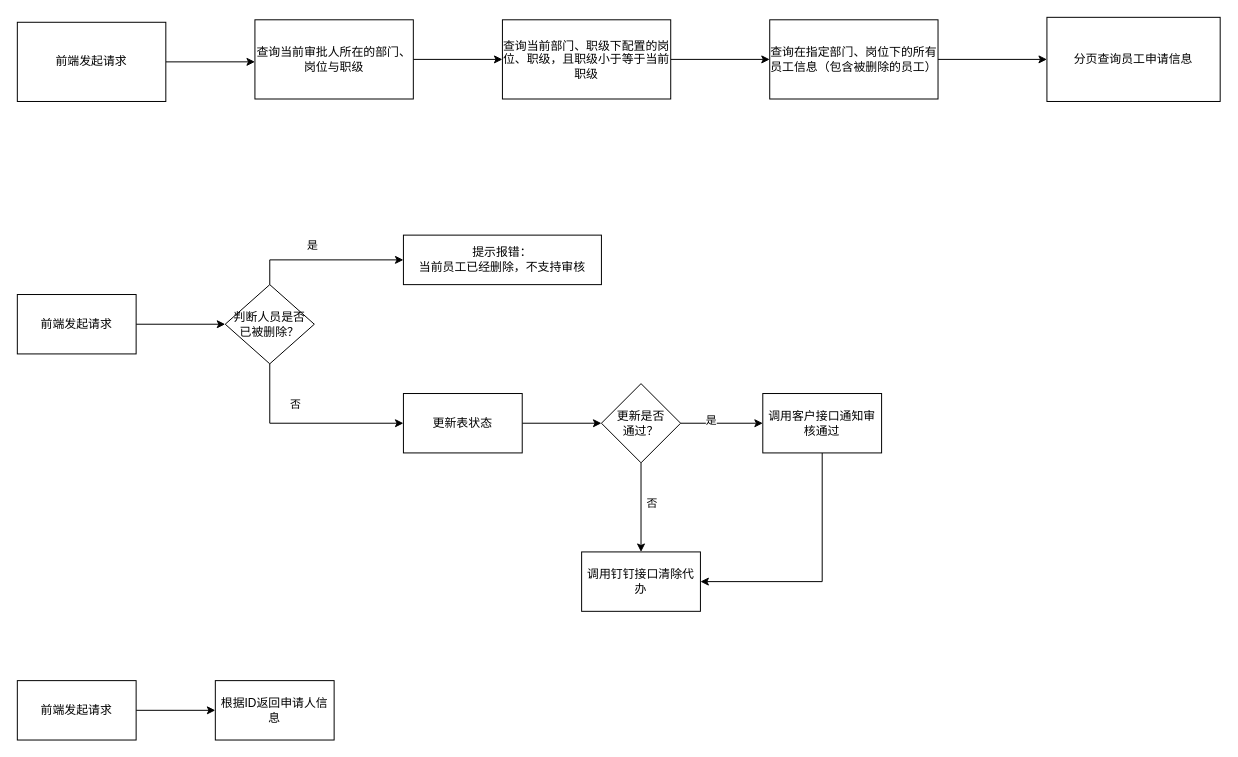
This is 岗位晋升审核.drawio from OnlyHF/draw, a draw.io file, before an edit. Source tidied: cells renumbered, new cells numbered last; positions are measured from the earlier drawing's top-left corner, leaving out a move shared by most shapes. Both pictures are drawn from the tidied source at 99%, with x=0, y=0 at pixel (17, 17).
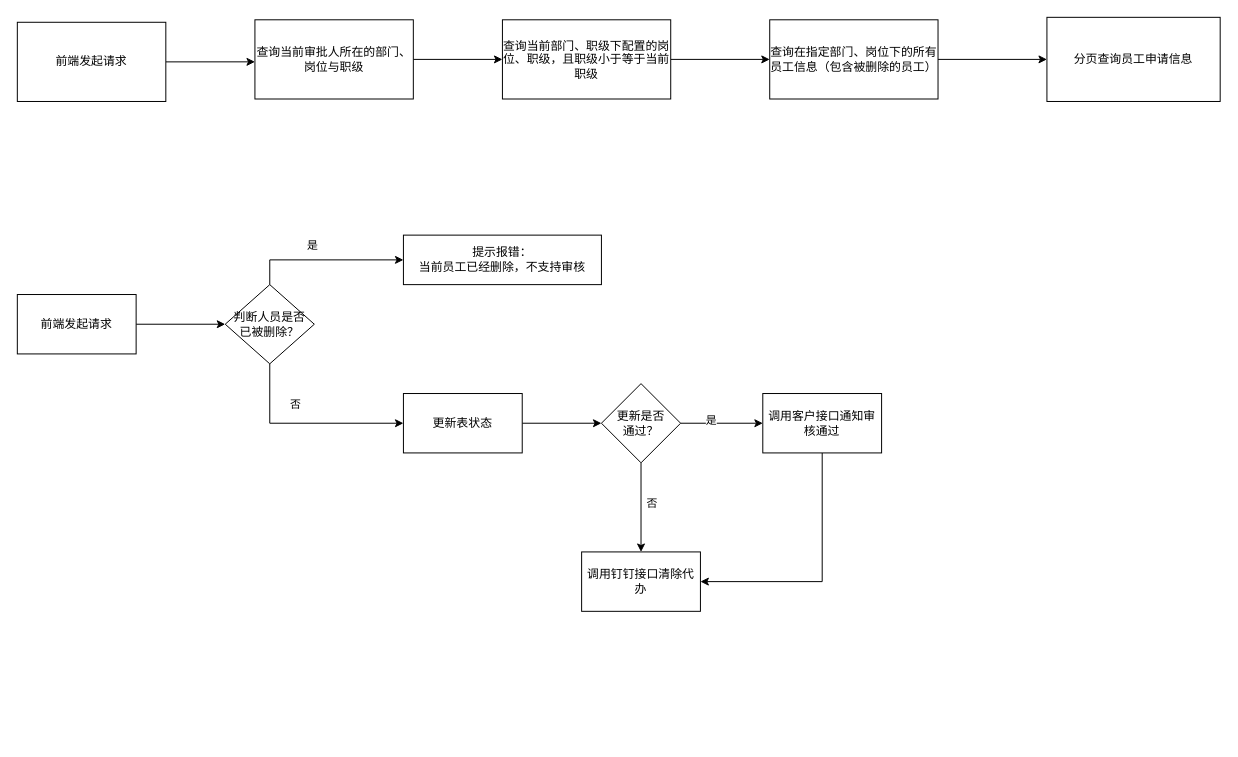
The same diagram, later.

Commit message (it also covers changes not shown here):
更新岗位晋升审核.drawio

Change to the diagram source:
```diff
@@
-    <mxCell id="22" style="edgeStyle=orthogonalEdgeStyle;rounded=0;jettySize=auto;html=1;" parent="1" edge="1" source="23" target="24">
-      <mxGeometry relative="1" as="geometry" />
-    </mxCell>
-    <mxCell id="23" value="前端发起请求" style="rounded=0;whiteSpace=wrap;html=1;" parent="1" vertex="1">
-      <mxGeometry y="670" width="120" height="60" as="geometry" />
-    </mxCell>
-    <mxCell id="24" value="根据ID返回申请人信息" style="whiteSpace=wrap;html=1;rounded=0;" parent="1" vertex="1">
-      <mxGeometry x="200" y="670" width="120" height="60" as="geometry" />
-    </mxCell>
```
